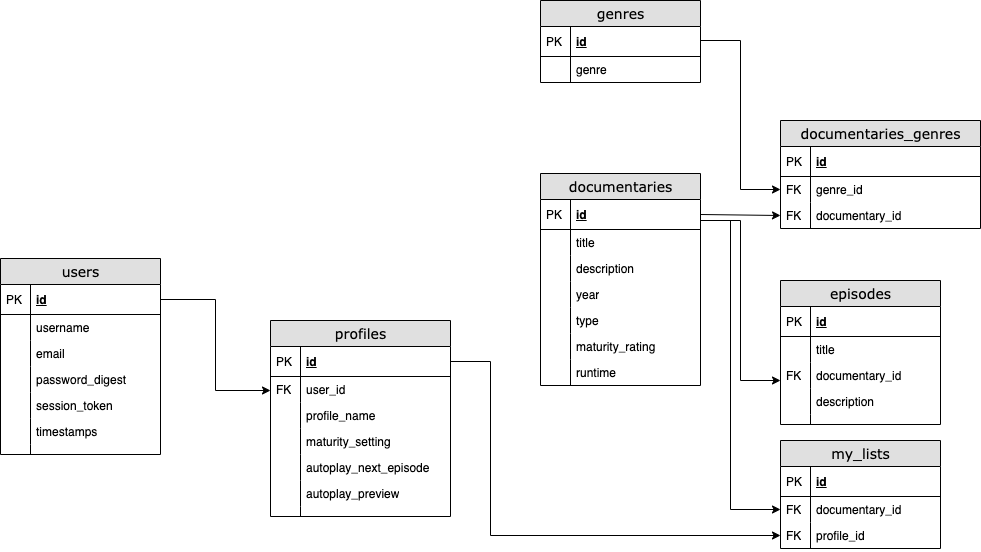
The draw.io diagram app/assets/images/database_schema.drawio.png in mariavaghani/docuflix, before a commit. Source tidied: cells renumbered, new cells last; positions are measured from the earlier drawing's top-left corner, leaving out a move shared by most shapes.
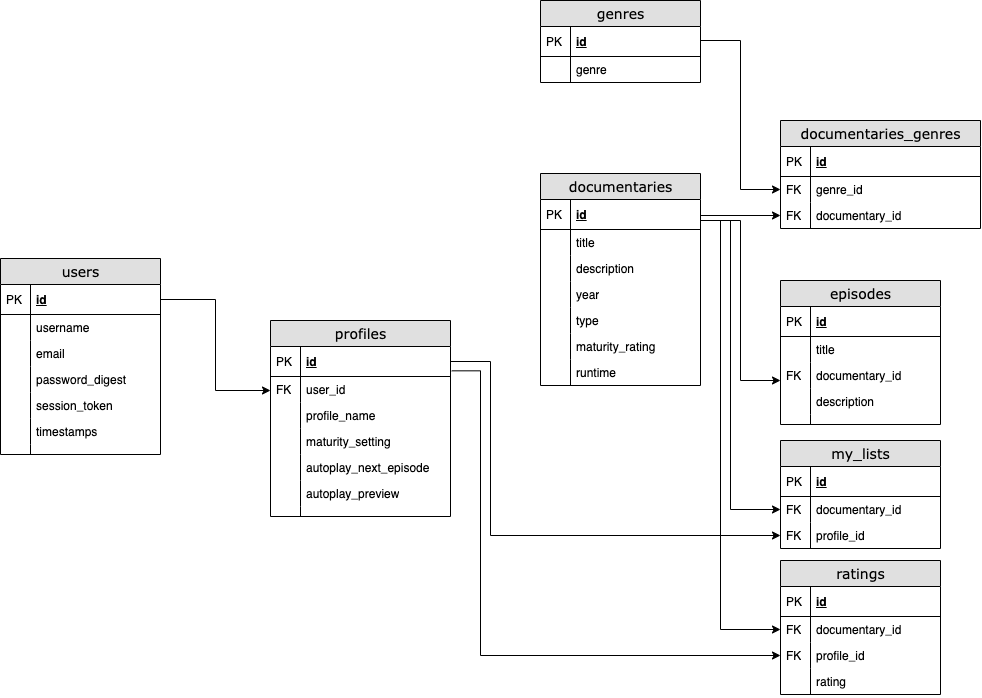
Later version of the same file.

What changed in the source:
```diff
@@ -279,5 +279,49 @@
         </Array>
       </mxGeometry>
     </mxCell>
+    <mxCell id="83" value="ratings" style="swimlane;html=1;fontStyle=0;horizontal=1;startSize=26;fillColor=#e0e0e0;swimlaneFillColor=#ffffff;align=center;rounded=0;shadow=0;comic=0;labelBackgroundColor=none;strokeWidth=1;fontFamily=Verdana;fontSize=14;" parent="1" vertex="1">
+      <mxGeometry x="780" y="560" width="160" height="134" as="geometry" />
+    </mxCell>
+    <mxCell id="84" value="id" style="shape=partialRectangle;top=0;left=0;right=0;bottom=1;html=1;align=left;verticalAlign=middle;fillColor=none;spacingLeft=34;spacingRight=4;whiteSpace=wrap;overflow=hidden;fontStyle=5;" parent="83" vertex="1">
+      <mxGeometry y="26" width="160" height="30" as="geometry" />
+    </mxCell>
+    <mxCell id="85" value="PK" style="shape=partialRectangle;top=0;left=0;bottom=0;html=1;fillColor=none;align=left;verticalAlign=middle;spacingLeft=4;spacingRight=4;whiteSpace=wrap;overflow=hidden;" parent="84" vertex="1">
+      <mxGeometry width="30" height="30" as="geometry" />
+    </mxCell>
+    <mxCell id="86" value="documentary_id" style="shape=partialRectangle;top=0;left=0;right=0;bottom=0;html=1;align=left;verticalAlign=top;fillColor=none;spacingLeft=34;spacingRight=4;whiteSpace=wrap;overflow=hidden;points=[[0,0.5],[1,0.5]];portConstraint=eastwest;" parent="83" vertex="1">
+      <mxGeometry y="56" width="160" height="26" as="geometry" />
+    </mxCell>
+    <mxCell id="87" value="FK" style="shape=partialRectangle;top=0;left=0;bottom=0;html=1;fillColor=none;align=left;verticalAlign=top;spacingLeft=4;spacingRight=4;whiteSpace=wrap;overflow=hidden;" parent="86" vertex="1">
+      <mxGeometry width="30" height="26" as="geometry" />
+    </mxCell>
+    <mxCell id="88" value="profile_id" style="shape=partialRectangle;top=0;left=0;right=0;bottom=0;html=1;align=left;verticalAlign=top;fillColor=none;spacingLeft=34;spacingRight=4;whiteSpace=wrap;overflow=hidden;points=[[0,0.5],[1,0.5]];portConstraint=eastwest;" parent="83" vertex="1">
+      <mxGeometry y="82" width="160" height="26" as="geometry" />
+    </mxCell>
+    <mxCell id="89" value="FK" style="shape=partialRectangle;top=0;left=0;bottom=0;html=1;fillColor=none;align=left;verticalAlign=top;spacingLeft=4;spacingRight=4;whiteSpace=wrap;overflow=hidden;" parent="88" vertex="1">
+      <mxGeometry width="30" height="26" as="geometry" />
+    </mxCell>
+    <mxCell id="90" value="rating" style="shape=partialRectangle;top=0;left=0;right=0;bottom=0;html=1;align=left;verticalAlign=top;fillColor=none;spacingLeft=34;spacingRight=4;whiteSpace=wrap;overflow=hidden;" parent="83" vertex="1">
+      <mxGeometry y="108" width="160" height="26" as="geometry" />
+    </mxCell>
+    <mxCell id="91" style="shape=partialRectangle;top=0;left=0;bottom=0;html=1;fillColor=none;align=left;verticalAlign=top;spacingLeft=4;spacingRight=4;whiteSpace=wrap;overflow=hidden;" parent="90" vertex="1">
+      <mxGeometry width="30" height="26" as="geometry" />
+    </mxCell>
+    <mxCell id="92" style="edgeStyle=orthogonalEdgeStyle;rounded=0;jettySize=auto;html=1;entryX=0;entryY=0.5;entryDx=0;entryDy=0;" parent="1" edge="1" target="86">
+      <mxGeometry relative="1" as="geometry">
+        <mxPoint x="700" y="220" as="sourcePoint" />
+        <Array as="points">
+          <mxPoint x="720" y="220" />
+          <mxPoint x="720" y="629" />
+        </Array>
+      </mxGeometry>
+    </mxCell>
+    <mxCell id="93" style="edgeStyle=orthogonalEdgeStyle;rounded=0;jettySize=auto;html=1;exitX=1.007;exitY=0.811;exitDx=0;exitDy=0;entryX=0;entryY=0.5;entryDx=0;entryDy=0;exitPerimeter=0;" parent="1" edge="1" source="18" target="88">
+      <mxGeometry relative="1" as="geometry">
+        <Array as="points">
+          <mxPoint x="480" y="370" />
+          <mxPoint x="480" y="655" />
+        </Array>
+      </mxGeometry>
+    </mxCell>
   </root>
 </mxGraphModel>
```
